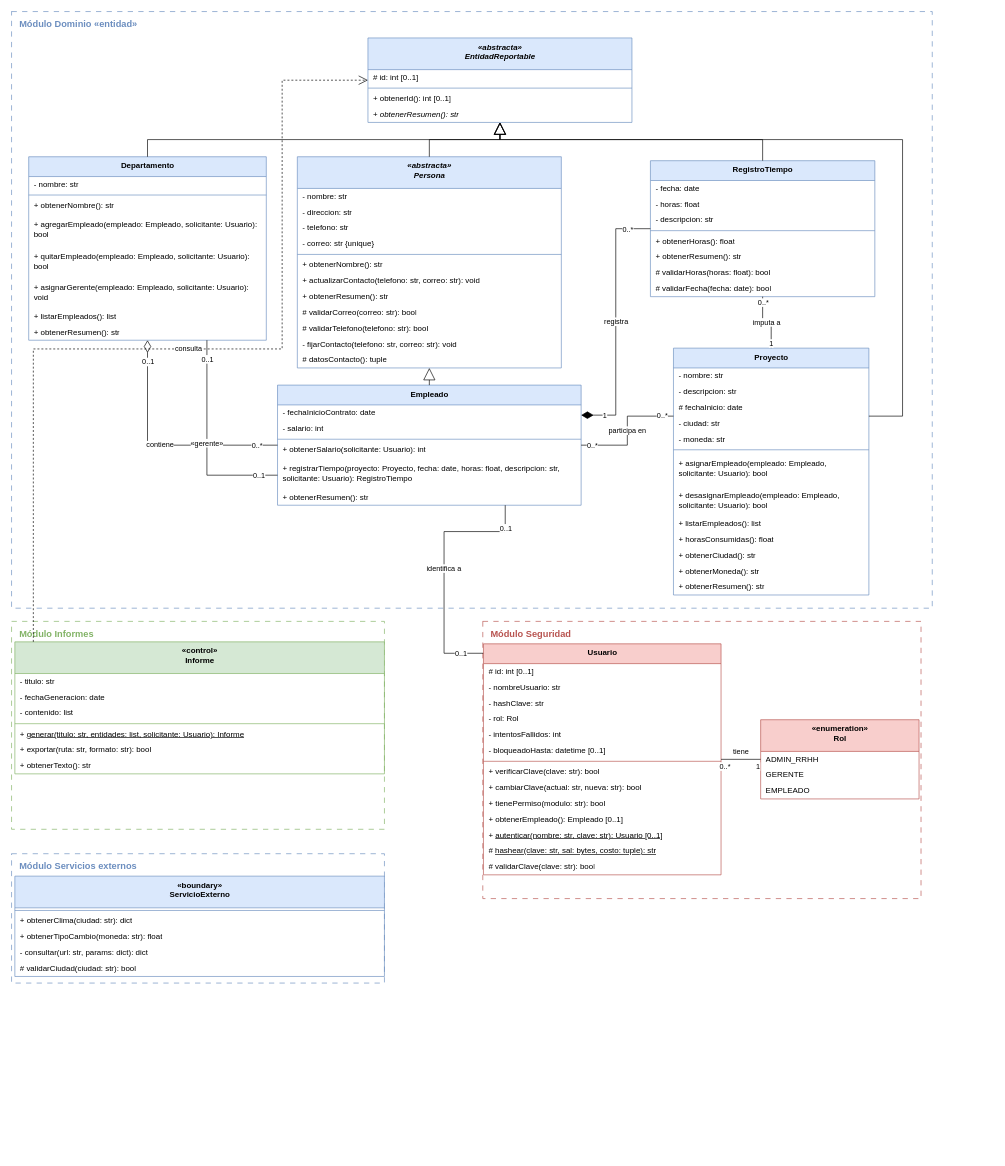
Before: diagramas/modelo_u3.drawio in leonardoguerrerodev/poo-ecotech, a draw.io diagram. Source tidied: cells renumbered, new cells numbered last; positions are measured from the earlier drawing's top-left corner, leaving out a move shared by most shapes. Both pictures are drawn from the tidied source at 66%, with x=0, y=0 at pixel (11, 11).
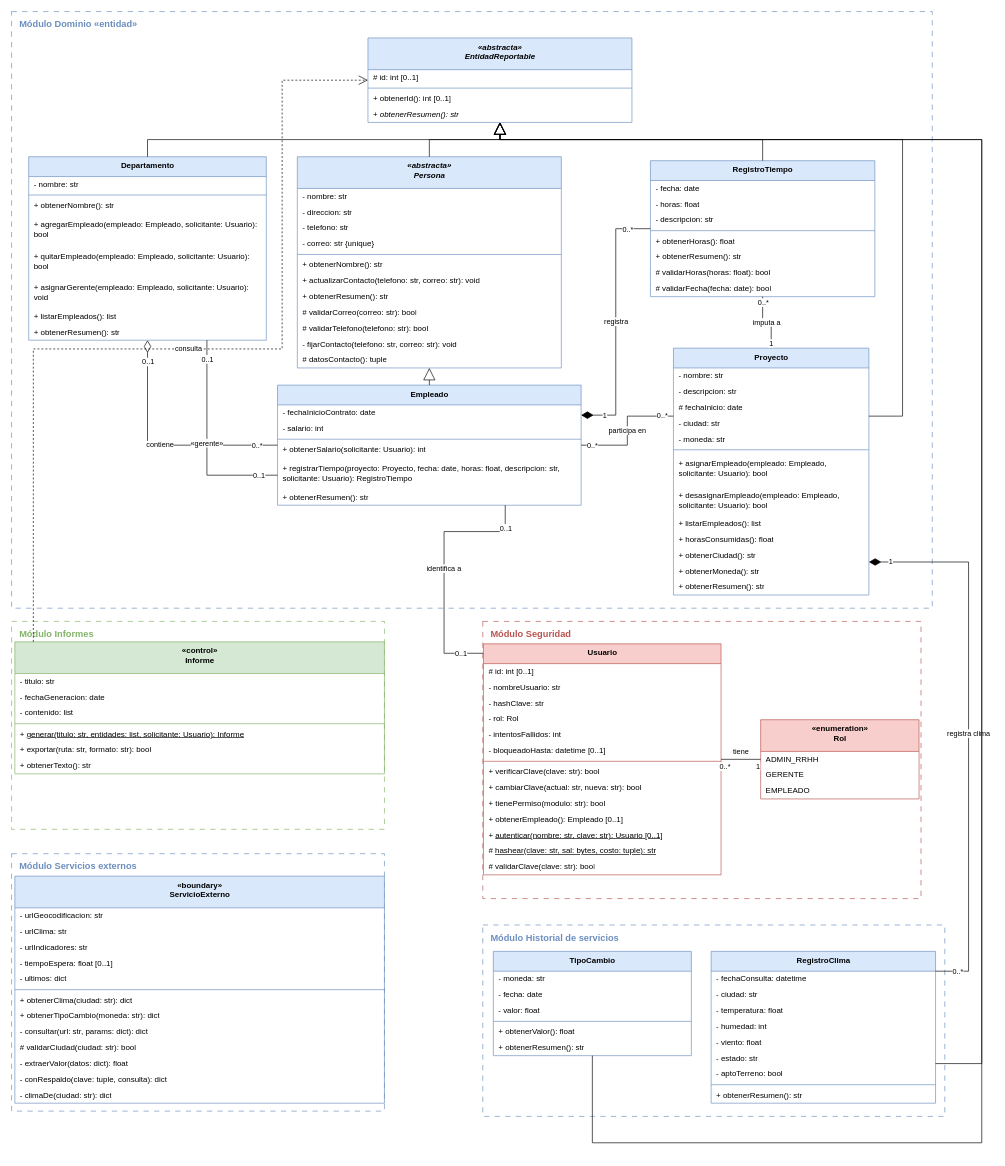
The same diagram, later.

Commit message (it also covers changes not shown here):
U3 cierre · E5: requirements exacto y UML con el historial de servicios

requirements.txt con versiones exactas (lámina 8). modelo_u3: ServicioExterno
con su configuración, respaldo y validación; RegistroClima y TipoCambio en
el Módulo Historial de servicios, con la composición desde Proyecto.

Unchanged cells that the change refers to:
```xml
<mxCell id="34" value="Proyecto" style="swimlane;fontStyle=1;align=center;verticalAlign=top;horizontal=1;startSize=30;html=1;fillColor=#dae8fc;strokeColor=#6c8ebf;" parent="1" vertex="1">
  <mxGeometry x="1002.9" y="510" width="296.1" height="374" as="geometry" />
</mxCell>
<mxCell id="106" value="«abstracta»&lt;br&gt;EntidadReportable" style="swimlane;fontStyle=3;align=center;verticalAlign=top;horizontal=1;startSize=48;html=1;fillColor=#dae8fc;strokeColor=#6c8ebf;" parent="1" vertex="1">
  <mxGeometry x="540" y="40" width="400" height="128" as="geometry" />
</mxCell>
```

The edit, as a diff of the source:
```diff
@@
     <mxCell id="116" value="Módulo Servicios externos" style="rounded=0;dashed=1;dashPattern=8 8;fillColor=none;strokeColor=#6c8ebf;verticalAlign=top;fontStyle=1;fontSize=14;fontColor=#6c8ebf;align=left;spacingLeft=10;spacingTop=4;html=1;" parent="1" vertex="1">
-      <mxGeometry y="1276" width="565" height="196" as="geometry" />
+      <mxGeometry y="1276" width="565" height="390" as="geometry" />
     </mxCell>
     <mxCell id="117" value="«boundary»&lt;br&gt;ServicioExterno" style="swimlane;fontStyle=1;align=center;verticalAlign=top;horizontal=1;startSize=48;html=1;fillColor=#dae8fc;strokeColor=#6c8ebf;" parent="1" vertex="1">
-      <mxGeometry x="5" y="1310" width="560" height="152" as="geometry" />
+      <mxGeometry x="5" y="1310" width="560" height="344" as="geometry" />
     </mxCell>
+    <mxCell id="123" value="- urlGeocodificacion: str" style="text;strokeColor=none;fillColor=none;align=left;verticalAlign=middle;spacingLeft=6;spacingRight=6;overflow=hidden;whiteSpace=wrap;html=1;" parent="117" vertex="1">
+      <mxGeometry y="48" width="560" height="24" as="geometry" />
+    </mxCell>
+    <mxCell id="124" value="- urlClima: str" style="text;strokeColor=none;fillColor=none;align=left;verticalAlign=middle;spacingLeft=6;spacingRight=6;overflow=hidden;whiteSpace=wrap;html=1;" parent="117" vertex="1">
+      <mxGeometry y="72" width="560" height="24" as="geometry" />
+    </mxCell>
+    <mxCell id="125" value="- urlIndicadores: str" style="text;strokeColor=none;fillColor=none;align=left;verticalAlign=middle;spacingLeft=6;spacingRight=6;overflow=hidden;whiteSpace=wrap;html=1;" parent="117" vertex="1">
+      <mxGeometry y="96" width="560" height="24" as="geometry" />
+    </mxCell>
+    <mxCell id="126" value="- tiempoEspera: float [0..1]" style="text;strokeColor=none;fillColor=none;align=left;verticalAlign=middle;spacingLeft=6;spacingRight=6;overflow=hidden;whiteSpace=wrap;html=1;" parent="117" vertex="1">
+      <mxGeometry y="120" width="560" height="24" as="geometry" />
+    </mxCell>
+    <mxCell id="127" value="- ultimos: dict" style="text;strokeColor=none;fillColor=none;align=left;verticalAlign=middle;spacingLeft=6;spacingRight=6;overflow=hidden;whiteSpace=wrap;html=1;" parent="117" vertex="1">
+      <mxGeometry y="144" width="560" height="24" as="geometry" />
+    </mxCell>
     <mxCell id="118" style="line;strokeWidth=1;fillColor=none;align=left;verticalAlign=middle;spacingTop=-1;spacingLeft=3;spacingRight=3;labelPosition=right;strokeColor=inherit;html=1;" parent="117" vertex="1">
-      <mxGeometry y="48" width="560" height="8" as="geometry" />
+      <mxGeometry y="168" width="560" height="8" as="geometry" />
     </mxCell>
     <mxCell id="119" value="+ obtenerClima(ciudad: str): dict" style="text;strokeColor=none;fillColor=none;align=left;verticalAlign=middle;spacingLeft=6;spacingRight=6;overflow=hidden;whiteSpace=wrap;html=1;" parent="117" vertex="1">
-      <mxGeometry y="56" width="560" height="24" as="geometry" />
+      <mxGeometry y="176" width="560" height="24" as="geometry" />
     </mxCell>
-    <mxCell id="120" value="+ obtenerTipoCambio(moneda: str): float" style="text;strokeColor=none;fillColor=none;align=left;verticalAlign=middle;spacingLeft=6;spacingRight=6;overflow=hidden;whiteSpace=wrap;html=1;" parent="117" vertex="1">
-      <mxGeometry y="80" width="560" height="24" as="geometry" />
+    <mxCell id="120" value="+ obtenerTipoCambio(moneda: str): dict" style="text;strokeColor=none;fillColor=none;align=left;verticalAlign=middle;spacingLeft=6;spacingRight=6;overflow=hidden;whiteSpace=wrap;html=1;" parent="117" vertex="1">
+      <mxGeometry y="200" width="560" height="24" as="geometry" />
     </mxCell>
     <mxCell id="121" value="- consultar(url: str, params: dict): dict" style="text;strokeColor=none;fillColor=none;align=left;verticalAlign=middle;spacingLeft=6;spacingRight=6;overflow=hidden;whiteSpace=wrap;html=1;" parent="117" vertex="1">
-      <mxGeometry y="104" width="560" height="24" as="geometry" />
+      <mxGeometry y="224" width="560" height="24" as="geometry" />
     </mxCell>
     <mxCell id="122" value="# validarCiudad(ciudad: str): bool" style="text;strokeColor=none;fillColor=none;align=left;verticalAlign=middle;spacingLeft=6;spacingRight=6;overflow=hidden;whiteSpace=wrap;html=1;" parent="117" vertex="1">
-      <mxGeometry y="128" width="560" height="24" as="geometry" />
+      <mxGeometry y="248" width="560" height="24" as="geometry" />
     </mxCell>
+    <mxCell id="128" value="- extraerValor(datos: dict): float" style="text;strokeColor=none;fillColor=none;align=left;verticalAlign=middle;spacingLeft=6;spacingRight=6;overflow=hidden;whiteSpace=wrap;html=1;" parent="117" vertex="1">
+      <mxGeometry y="272" width="560" height="24" as="geometry" />
+    </mxCell>
+    <mxCell id="129" value="- conRespaldo(clave: tuple, consulta): dict" style="text;strokeColor=none;fillColor=none;align=left;verticalAlign=middle;spacingLeft=6;spacingRight=6;overflow=hidden;whiteSpace=wrap;html=1;" parent="117" vertex="1">
+      <mxGeometry y="296" width="560" height="24" as="geometry" />
+    </mxCell>
+    <mxCell id="130" value="- climaDe(ciudad: str): dict" style="text;strokeColor=none;fillColor=none;align=left;verticalAlign=middle;spacingLeft=6;spacingRight=6;overflow=hidden;whiteSpace=wrap;html=1;" parent="117" vertex="1">
+      <mxGeometry y="320" width="560" height="24" as="geometry" />
+    </mxCell>
+    <mxCell id="131" value="Módulo Historial de servicios" style="rounded=0;dashed=1;dashPattern=8 8;fillColor=none;strokeColor=#6c8ebf;verticalAlign=top;fontStyle=1;fontSize=14;fontColor=#6c8ebf;align=left;spacingLeft=10;spacingTop=4;html=1;" parent="1" vertex="1">
+      <mxGeometry x="714" y="1384" width="700" height="290" as="geometry" />
+    </mxCell>
+    <mxCell id="132" value="TipoCambio" style="swimlane;fontStyle=1;align=center;verticalAlign=top;horizontal=1;startSize=30;html=1;fillColor=#dae8fc;strokeColor=#6c8ebf;" parent="1" vertex="1">
+      <mxGeometry x="730" y="1424" width="300" height="158" as="geometry" />
+    </mxCell>
+    <mxCell id="133" value="- moneda: str" style="text;strokeColor=none;fillColor=none;align=left;verticalAlign=middle;spacingLeft=6;spacingRight=6;overflow=hidden;whiteSpace=wrap;html=1;" parent="132" vertex="1">
+      <mxGeometry y="30" width="300" height="24" as="geometry" />
+    </mxCell>
+    <mxCell id="134" value="- fecha: date" style="text;strokeColor=none;fillColor=none;align=left;verticalAlign=middle;spacingLeft=6;spacingRight=6;overflow=hidden;whiteSpace=wrap;html=1;" parent="132" vertex="1">
+      <mxGeometry y="54" width="300" height="24" as="geometry" />
+    </mxCell>
+    <mxCell id="135" value="- valor: float" style="text;strokeColor=none;fillColor=none;align=left;verticalAlign=middle;spacingLeft=6;spacingRight=6;overflow=hidden;whiteSpace=wrap;html=1;" parent="132" vertex="1">
+      <mxGeometry y="78" width="300" height="24" as="geometry" />
+    </mxCell>
+    <mxCell id="136" style="line;strokeWidth=1;fillColor=none;align=left;verticalAlign=middle;spacingTop=-1;spacingLeft=3;spacingRight=3;labelPosition=right;strokeColor=inherit;html=1;" parent="132" vertex="1">
+      <mxGeometry y="102" width="300" height="8" as="geometry" />
+    </mxCell>
+    <mxCell id="137" value="+ obtenerValor(): float" style="text;strokeColor=none;fillColor=none;align=left;verticalAlign=middle;spacingLeft=6;spacingRight=6;overflow=hidden;whiteSpace=wrap;html=1;" parent="132" vertex="1">
+      <mxGeometry y="110" width="300" height="24" as="geometry" />
+    </mxCell>
+    <mxCell id="138" value="+ obtenerResumen(): str" style="text;strokeColor=none;fillColor=none;align=left;verticalAlign=middle;spacingLeft=6;spacingRight=6;overflow=hidden;whiteSpace=wrap;html=1;" parent="132" vertex="1">
+      <mxGeometry y="134" width="300" height="24" as="geometry" />
+    </mxCell>
+    <mxCell id="139" value="RegistroClima" style="swimlane;fontStyle=1;align=center;verticalAlign=top;horizontal=1;startSize=30;html=1;fillColor=#dae8fc;strokeColor=#6c8ebf;" parent="1" vertex="1">
+      <mxGeometry x="1060" y="1424" width="340" height="230" as="geometry" />
+    </mxCell>
+    <mxCell id="140" value="- fechaConsulta: datetime" style="text;strokeColor=none;fillColor=none;align=left;verticalAlign=middle;spacingLeft=6;spacingRight=6;overflow=hidden;whiteSpace=wrap;html=1;" parent="139" vertex="1">
+      <mxGeometry y="30" width="340" height="24" as="geometry" />
+    </mxCell>
+    <mxCell id="141" value="- ciudad: str" style="text;strokeColor=none;fillColor=none;align=left;verticalAlign=middle;spacingLeft=6;spacingRight=6;overflow=hidden;whiteSpace=wrap;html=1;" parent="139" vertex="1">
+      <mxGeometry y="54" width="340" height="24" as="geometry" />
+    </mxCell>
+    <mxCell id="142" value="- temperatura: float" style="text;strokeColor=none;fillColor=none;align=left;verticalAlign=middle;spacingLeft=6;spacingRight=6;overflow=hidden;whiteSpace=wrap;html=1;" parent="139" vertex="1">
+      <mxGeometry y="78" width="340" height="24" as="geometry" />
+    </mxCell>
+    <mxCell id="143" value="- humedad: int" style="text;strokeColor=none;fillColor=none;align=left;verticalAlign=middle;spacingLeft=6;spacingRight=6;overflow=hidden;whiteSpace=wrap;html=1;" parent="139" vertex="1">
+      <mxGeometry y="102" width="340" height="24" as="geometry" />
+    </mxCell>
+    <mxCell id="144" value="- viento: float" style="text;strokeColor=none;fillColor=none;align=left;verticalAlign=middle;spacingLeft=6;spacingRight=6;overflow=hidden;whiteSpace=wrap;html=1;" parent="139" vertex="1">
+      <mxGeometry y="126" width="340" height="24" as="geometry" />
+    </mxCell>
+    <mxCell id="145" value="- estado: str" style="text;strokeColor=none;fillColor=none;align=left;verticalAlign=middle;spacingLeft=6;spacingRight=6;overflow=hidden;whiteSpace=wrap;html=1;" parent="139" vertex="1">
+      <mxGeometry y="150" width="340" height="24" as="geometry" />
+    </mxCell>
+    <mxCell id="146" value="- aptoTerreno: bool" style="text;strokeColor=none;fillColor=none;align=left;verticalAlign=middle;spacingLeft=6;spacingRight=6;overflow=hidden;whiteSpace=wrap;html=1;" parent="139" vertex="1">
+      <mxGeometry y="174" width="340" height="24" as="geometry" />
+    </mxCell>
+    <mxCell id="147" style="line;strokeWidth=1;fillColor=none;align=left;verticalAlign=middle;spacingTop=-1;spacingLeft=3;spacingRight=3;labelPosition=right;strokeColor=inherit;html=1;" parent="139" vertex="1">
+      <mxGeometry y="198" width="340" height="8" as="geometry" />
+    </mxCell>
+    <mxCell id="148" value="+ obtenerResumen(): str" style="text;strokeColor=none;fillColor=none;align=left;verticalAlign=middle;spacingLeft=6;spacingRight=6;overflow=hidden;whiteSpace=wrap;html=1;" parent="139" vertex="1">
+      <mxGeometry y="206" width="340" height="24" as="geometry" />
+    </mxCell>
+    <mxCell id="149" value="registra clima" style="endArrow=none;startArrow=diamondThin;startFill=1;startSize=16;html=1;edgeStyle=orthogonalEdgeStyle;rounded=0;exitX=1;exitY=0.8663;exitDx=0;exitDy=0;entryX=1;entryY=0.1304;entryDx=0;entryDy=0;" parent="1" edge="1" source="34" target="139">
+      <mxGeometry relative="1" as="geometry">
+        <Array as="points">
+          <mxPoint x="1450" y="834" />
+          <mxPoint x="1450" y="1454" />
+        </Array>
+      </mxGeometry>
+    </mxCell>
+    <mxCell id="150" value="1" style="edgeLabel;html=1;align=center;verticalAlign=middle;fontSize=11;" parent="149" vertex="1">
+      <mxGeometry x="-0.92" relative="1" as="geometry" />
+    </mxCell>
+    <mxCell id="151" value="0..*" style="edgeLabel;html=1;align=center;verticalAlign=middle;fontSize=11;" parent="149" vertex="1">
+      <mxGeometry x="0.92" relative="1" as="geometry" />
+    </mxCell>
+    <mxCell id="152" style="endArrow=block;endFill=0;endSize=16;html=1;edgeStyle=orthogonalEdgeStyle;rounded=0;exitX=1;exitY=0.7391;exitDx=0;exitDy=0;entryX=0.5;entryY=1;entryDx=0;entryDy=0;" parent="1" edge="1" source="139" target="106">
+      <mxGeometry relative="1" as="geometry">
+        <Array as="points">
+          <mxPoint x="1470" y="1594" />
+          <mxPoint x="1470" y="194" />
+        </Array>
+      </mxGeometry>
+    </mxCell>
+    <mxCell id="153" style="endArrow=block;endFill=0;endSize=16;html=1;edgeStyle=orthogonalEdgeStyle;rounded=0;exitX=0.5;exitY=1;exitDx=0;exitDy=0;entryX=0.5;entryY=1;entryDx=0;entryDy=0;" parent="1" edge="1" source="132" target="106">
+      <mxGeometry relative="1" as="geometry">
+        <Array as="points">
+          <mxPoint x="880" y="1714" />
+          <mxPoint x="1470" y="1714" />
+          <mxPoint x="1470" y="194" />
+        </Array>
+      </mxGeometry>
+    </mxCell>
```
